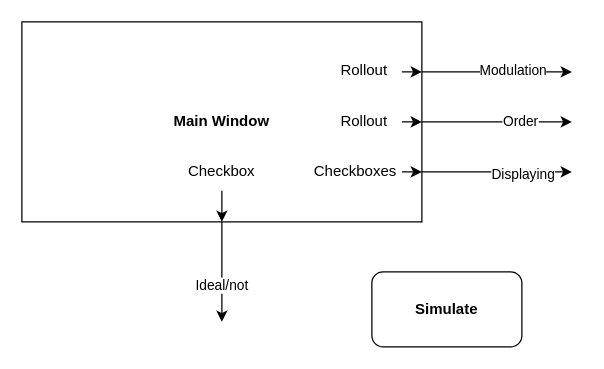
This is page "Stránka-1" (1 of 2) of diagram.drawio from jurkovicmartin/Bakal-ka, a draw.io file, before an edit. Source tidied: cells renumbered, new cells numbered last; positions are measured from the earlier drawing's top-left corner, leaving out a move shared by most shapes. Both pictures are drawn from the tidied source at 125%, with x=0, y=0 at pixel (21, 21).
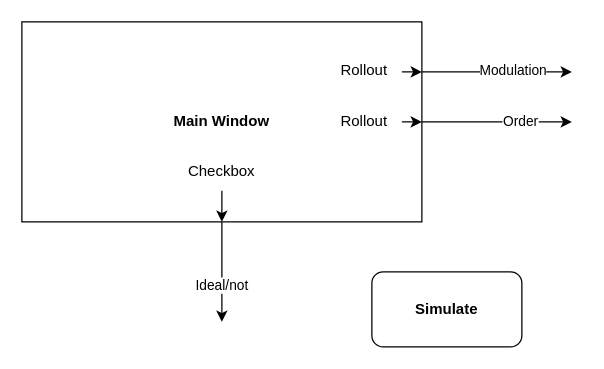
Above is the later version.

Unchanged cells that the change refers to:
```xml
<mxCell id="2" value="&lt;b&gt;Main Window&lt;/b&gt;" style="rounded=0;whiteSpace=wrap;html=1;" parent="1" vertex="1">
  <mxGeometry width="320" height="160" as="geometry" />
</mxCell>
```

Diff of the diagram source:
```diff
@@
-    <mxCell id="7" style="endArrow=classic;html=1;rounded=0;exitX=1;exitY=0.75;exitDx=0;exitDy=0;" parent="1" edge="1" source="2">
-      <mxGeometry relative="1" as="geometry">
-        <mxPoint x="440" y="120" as="targetPoint" />
-      </mxGeometry>
-    </mxCell>
-    <mxCell id="8" value="Displaying" style="edgeLabel;html=1;align=center;verticalAlign=middle;" parent="7" vertex="1">
-      <mxGeometry x="0.33" y="-1" relative="1" as="geometry" />
-    </mxCell>
@@
-    <mxCell id="15" style="edgeStyle=orthogonalEdgeStyle;rounded=0;jettySize=auto;html=1;exitX=1;exitY=0.5;exitDx=0;exitDy=0;entryX=1;entryY=0.75;entryDx=0;entryDy=0;" parent="1" edge="1" source="16" target="2">
-      <mxGeometry relative="1" as="geometry" />
-    </mxCell>
-    <mxCell id="16" value="Checkboxes" style="text;html=1;strokeColor=none;fillColor=none;align=center;verticalAlign=middle;whiteSpace=wrap;rounded=0;" parent="1" vertex="1">
-      <mxGeometry x="230" y="105" width="74" height="30" as="geometry" />
-    </mxCell>
```
